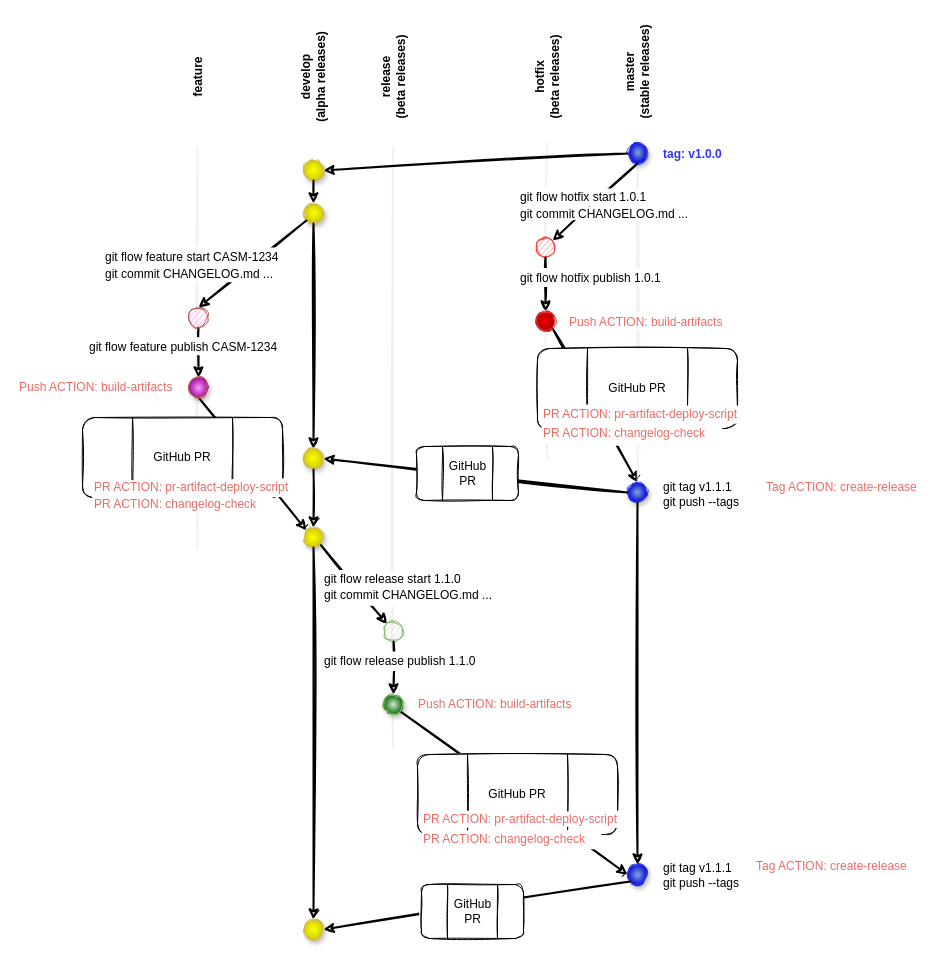
Before: diagrams/CSM Gitflow.drawio in rkleinman-hpe/gitflow, a draw.io diagram. Source tidied: cells renumbered, new cells numbered last; positions are measured from the earlier drawing's top-left corner, leaving out a move shared by most shapes. Both pictures are drawn from the tidied source at 100%, with x=0, y=0 at pixel (17, 57).
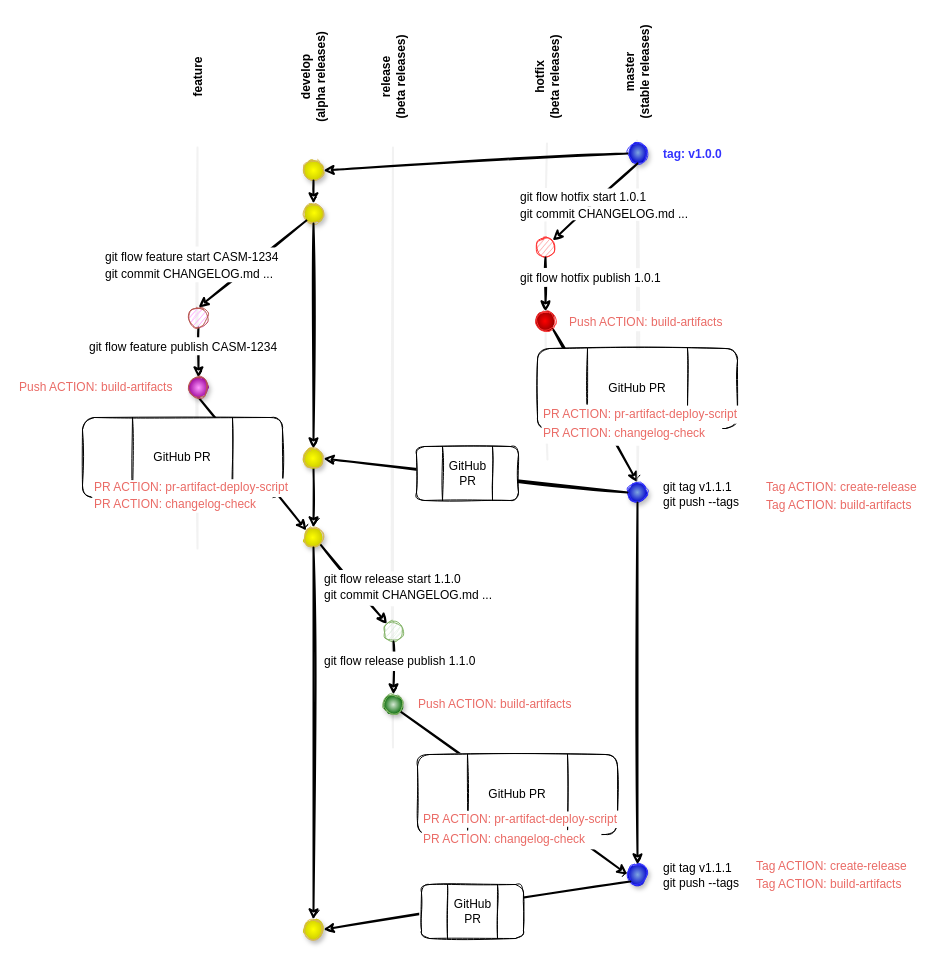
The same page after the edit.

What changed in the source:
```diff
@@
+    <mxCell id="74" value="&lt;font color=&quot;#ea6b66&quot;&gt;Tag ACTION: build-artifacts&lt;/font&gt;" style="text;html=1;align=left;verticalAlign=middle;fillColor=default;strokeColor=none;rounded=1;glass=0;gradientColor=#ffffff;sketch=1;" parent="1" vertex="1">
+      <mxGeometry x="747" y="439" width="155" height="18" as="geometry" />
+    </mxCell>
+    <mxCell id="75" value="&lt;font color=&quot;#ea6b66&quot;&gt;Tag ACTION: build-artifacts&lt;/font&gt;" style="text;html=1;align=left;verticalAlign=middle;fillColor=default;strokeColor=none;rounded=1;glass=0;gradientColor=#ffffff;sketch=1;" parent="1" vertex="1">
+      <mxGeometry x="737" y="818" width="155" height="18" as="geometry" />
+    </mxCell>
```
